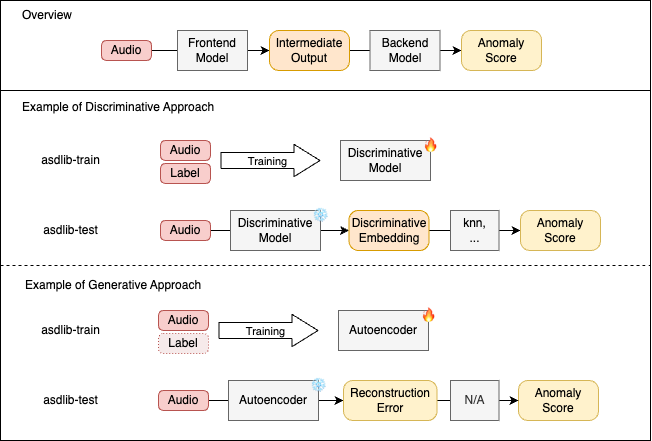
This is docs/overview.drawio.png from TakuyaFujimura/dcase-asd-toolkit, a draw.io export, as it was before one commit. Source tidied: cells renumbered, new cells last; positions are measured from the earlier drawing's top-left corner, leaving out a move shared by most shapes.
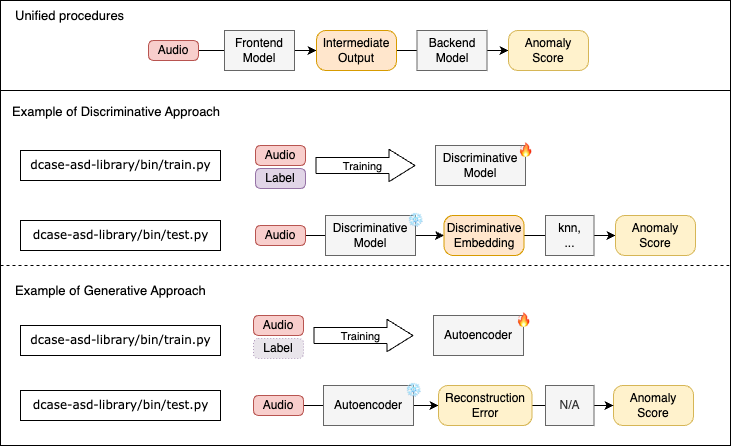
The same diagram one commit later.

What changed in the source:
```diff
@@ -3,37 +3,37 @@
     <mxCell id="0" />
     <mxCell id="1" parent="0" />
     <mxCell id="2" style="rounded=0;whiteSpace=wrap;html=1;" parent="1" vertex="1">
-      <mxGeometry y="90" width="650" height="350" as="geometry" />
+      <mxGeometry x="-95" y="80" width="730" height="360" as="geometry" />
     </mxCell>
     <mxCell id="3" style="rounded=0;whiteSpace=wrap;html=1;" parent="1" vertex="1">
-      <mxGeometry width="650" height="90" as="geometry" />
+      <mxGeometry x="-95" y="-5" width="730" height="90" as="geometry" />
     </mxCell>
     <mxCell id="4" style="edgeStyle=none;html=1;exitX=1;exitY=0.5;exitDx=0;exitDy=0;entryX=0;entryY=0.5;entryDx=0;entryDy=0;" parent="1" edge="1" source="5" target="7">
       <mxGeometry relative="1" as="geometry" />
     </mxCell>
     <mxCell id="5" value="Audio" style="rounded=1;whiteSpace=wrap;html=1;arcSize=24;fontFamily=Helvetica;fillColor=#f8cecc;strokeColor=#b85450;" parent="1" vertex="1">
-      <mxGeometry x="101" y="40" width="50" height="20" as="geometry" />
+      <mxGeometry x="53" y="35" width="50" height="20" as="geometry" />
     </mxCell>
     <mxCell id="6" style="edgeStyle=none;html=1;exitX=1;exitY=0.5;exitDx=0;exitDy=0;entryX=0;entryY=0.5;entryDx=0;entryDy=0;" parent="1" edge="1" source="7" target="8">
       <mxGeometry relative="1" as="geometry" />
     </mxCell>
     <mxCell id="7" value="&lt;font style=&quot;color: rgb(0, 0, 0);&quot;&gt;Intermediate&lt;/font&gt;&lt;div&gt;&lt;font style=&quot;color: rgb(0, 0, 0);&quot;&gt;Output&lt;/font&gt;&lt;/div&gt;" style="rounded=1;whiteSpace=wrap;html=1;arcSize=23;fontFamily=Helvetica;fillColor=#ffe6cc;strokeColor=#d79b00;" parent="1" vertex="1">
-      <mxGeometry x="269" y="30" width="80" height="40" as="geometry" />
+      <mxGeometry x="221" y="25" width="80" height="40" as="geometry" />
     </mxCell>
     <mxCell id="8" value="&lt;font style=&quot;color: rgb(0, 0, 0);&quot;&gt;Anomaly&lt;/font&gt;&lt;div&gt;&lt;font style=&quot;color: rgb(0, 0, 0);&quot;&gt;Score&lt;/font&gt;&lt;/div&gt;" style="rounded=1;whiteSpace=wrap;html=1;arcSize=23;fontFamily=Helvetica;fillColor=#fff2cc;strokeColor=#d6b656;" parent="1" vertex="1">
-      <mxGeometry x="461" y="30" width="80" height="40" as="geometry" />
+      <mxGeometry x="413" y="25" width="80" height="40" as="geometry" />
     </mxCell>
     <mxCell id="9" value="&lt;div&gt;&lt;font style=&quot;color: rgb(0, 0, 0);&quot;&gt;Frontend&lt;/font&gt;&lt;/div&gt;&lt;div&gt;&lt;font style=&quot;color: rgb(0, 0, 0);&quot;&gt;Model&lt;/font&gt;&lt;/div&gt;" style="rounded=0;whiteSpace=wrap;html=1;fontFamily=Helvetica;fontColor=#333333;fillColor=#f5f5f5;strokeColor=#666666;" parent="1" vertex="1">
-      <mxGeometry x="177" y="30" width="70" height="40" as="geometry" />
+      <mxGeometry x="129" y="25" width="70" height="40" as="geometry" />
     </mxCell>
     <mxCell id="10" value="&lt;div&gt;&lt;font style=&quot;color: rgb(0, 0, 0);&quot;&gt;Backend&lt;/font&gt;&lt;/div&gt;&lt;div&gt;&lt;font style=&quot;color: rgb(0, 0, 0);&quot;&gt;Model&lt;/font&gt;&lt;/div&gt;" style="rounded=0;whiteSpace=wrap;html=1;fontFamily=Helvetica;fontColor=#333333;fillColor=#f5f5f5;strokeColor=#666666;" parent="1" vertex="1">
-      <mxGeometry x="369.5" y="30" width="70" height="40" as="geometry" />
+      <mxGeometry x="321.5" y="25" width="70" height="40" as="geometry" />
     </mxCell>
-    <mxCell id="11" value="Overview" style="text;html=1;align=left;verticalAlign=middle;strokeColor=none;fillColor=none;" parent="1" vertex="1">
-      <mxGeometry x="20" width="70" height="30" as="geometry" />
+    <mxCell id="11" value="Unified procedures" style="text;html=1;align=left;verticalAlign=middle;strokeColor=none;fillColor=none;fontSize=13;" parent="1" vertex="1">
+      <mxGeometry x="-82" y="-5" width="130" height="30" as="geometry" />
     </mxCell>
-    <mxCell id="12" value="Example of Discriminative Approach" style="text;html=1;align=left;verticalAlign=middle;strokeColor=none;fillColor=none;fontColor=#000000;" parent="1" vertex="1">
-      <mxGeometry x="20" y="92" width="220" height="30" as="geometry" />
+    <mxCell id="12" value="Example of Discriminative Approach" style="text;html=1;align=left;verticalAlign=middle;strokeColor=none;fillColor=none;fontColor=#000000;fontSize=13;" parent="1" vertex="1">
+      <mxGeometry x="-85" y="91" width="230" height="30" as="geometry" />
     </mxCell>
     <mxCell id="13" style="edgeStyle=none;html=1;exitX=1;exitY=0.5;exitDx=0;exitDy=0;entryX=0;entryY=0.5;entryDx=0;entryDy=0;" parent="1" edge="1" source="14" target="16">
       <mxGeometry relative="1" as="geometry" />
@@ -59,7 +59,7 @@
     <mxCell id="20" value="&lt;div&gt;&lt;font style=&quot;color: rgb(0, 0, 0);&quot;&gt;Discriminative&lt;/font&gt;&lt;/div&gt;&lt;div&gt;&lt;font style=&quot;color: rgb(0, 0, 0);&quot;&gt;Model&lt;/font&gt;&lt;/div&gt;" style="rounded=0;whiteSpace=wrap;html=1;fontFamily=Helvetica;fontColor=#333333;fillColor=#f5f5f5;strokeColor=#666666;" parent="1" vertex="1">
       <mxGeometry x="340" y="140" width="90" height="40" as="geometry" />
     </mxCell>
-    <mxCell id="21" value="Label" style="rounded=1;whiteSpace=wrap;html=1;arcSize=24;fontFamily=Helvetica;fillColor=#f8cecc;strokeColor=#b85450;" parent="1" vertex="1">
+    <mxCell id="21" value="Label" style="rounded=1;whiteSpace=wrap;html=1;arcSize=24;fontFamily=Helvetica;fillColor=#e1d5e7;strokeColor=#9673a6;" parent="1" vertex="1">
       <mxGeometry x="160" y="163" width="50" height="20" as="geometry" />
     </mxCell>
     <mxCell id="22" style="shape=flexArrow;endArrow=classic;html=1;endWidth=15.331632653061225;endSize=8.357142857142858;width=16.071428571428573;" parent="1" edge="1">
@@ -80,8 +80,8 @@
     <mxCell id="26" value="❄️" style="text;html=1;align=center;verticalAlign=middle;strokeColor=none;fillColor=none;" parent="1" vertex="1">
       <mxGeometry x="300" y="200" width="40" height="30" as="geometry" />
     </mxCell>
-    <mxCell id="27" value="Example of Generative Approach" style="text;html=1;align=left;verticalAlign=middle;strokeColor=none;fillColor=none;fontColor=#000000;" parent="1" vertex="1">
-      <mxGeometry x="23" y="270" width="200" height="30" as="geometry" />
+    <mxCell id="27" value="Example of Generative Approach" style="text;html=1;align=left;verticalAlign=middle;strokeColor=none;fillColor=none;fontColor=#000000;fontSize=13;" parent="1" vertex="1">
+      <mxGeometry x="-82" y="270" width="210" height="30" as="geometry" />
     </mxCell>
     <mxCell id="28" style="edgeStyle=none;html=1;exitX=1;exitY=0.5;exitDx=0;exitDy=0;entryX=0;entryY=0.5;entryDx=0;entryDy=0;" parent="1" edge="1" source="29" target="31">
       <mxGeometry relative="1" as="geometry" />
@@ -110,7 +110,7 @@
     <mxCell id="36" value="&lt;div&gt;&lt;font color=&quot;#000000&quot;&gt;Autoencoder&lt;/font&gt;&lt;/div&gt;" style="rounded=0;whiteSpace=wrap;html=1;fontFamily=Helvetica;fontColor=#333333;fillColor=#f5f5f5;strokeColor=#666666;" parent="1" vertex="1">
       <mxGeometry x="338" y="310" width="90" height="40" as="geometry" />
     </mxCell>
-    <mxCell id="37" value="Label" style="rounded=1;whiteSpace=wrap;html=1;arcSize=24;fontFamily=Helvetica;fillColor=light-dark(#f6eaea, #512d2b);strokeColor=#b85450;dashed=1;dashPattern=1 2;" parent="1" vertex="1">
+    <mxCell id="37" value="Label" style="rounded=1;whiteSpace=wrap;html=1;arcSize=24;fontFamily=Helvetica;fillColor=light-dark(#e9e5eb, #392f3f);strokeColor=light-dark(#b39dbe, #9577a3);dashed=1;dashPattern=1 2;" parent="1" vertex="1">
       <mxGeometry x="158" y="333" width="50" height="20" as="geometry" />
     </mxCell>
     <mxCell id="38" style="shape=flexArrow;endArrow=classic;html=1;endWidth=15.331632653061225;endSize=8.357142857142858;width=16.071428571428573;" parent="1" edge="1">
@@ -134,17 +134,17 @@
     <mxCell id="43" style="endArrow=none;dashed=1;html=1;exitX=0;exitY=0.5;exitDx=0;exitDy=0;entryX=1;entryY=0.5;entryDx=0;entryDy=0;" parent="1" edge="1" source="2" target="2">
       <mxGeometry relative="1" as="geometry" />
     </mxCell>
-    <mxCell id="44" value="asdlib-train" style="text;html=1;align=center;verticalAlign=middle;strokeColor=none;fillColor=none;" parent="1" vertex="1">
-      <mxGeometry x="30" y="145" width="80" height="30" as="geometry" />
-    </mxCell>
-    <mxCell id="45" value="asdlib-test" style="text;html=1;align=center;verticalAlign=middle;strokeColor=none;fillColor=none;" parent="1" vertex="1">
-      <mxGeometry x="30" y="215" width="80" height="30" as="geometry" />
-    </mxCell>
-    <mxCell id="46" value="asdlib-train" style="text;html=1;align=center;verticalAlign=middle;strokeColor=none;fillColor=none;" parent="1" vertex="1">
-      <mxGeometry x="30" y="315" width="80" height="30" as="geometry" />
-    </mxCell>
-    <mxCell id="47" value="asdlib-test" style="text;html=1;align=center;verticalAlign=middle;strokeColor=none;fillColor=none;" parent="1" vertex="1">
-      <mxGeometry x="30" y="385" width="80" height="30" as="geometry" />
-    </mxCell>
+    <mxCell id="48" value="&lt;font face=&quot;Verdana&quot;&gt;dcase-asd-library/bin/train.py&lt;/font&gt;" style="text;html=1;align=center;verticalAlign=middle;strokeColor=default;fillColor=default;" parent="1" vertex="1">
+      <mxGeometry x="-75" y="145" width="200" height="30" as="geometry" />
+    </mxCell>
+    <mxCell id="49" value="&lt;font face=&quot;Verdana&quot;&gt;dcase-asd-library/bin/test.py&lt;/font&gt;" style="text;html=1;align=center;verticalAlign=middle;strokeColor=default;fillColor=default;" parent="1" vertex="1">
+      <mxGeometry x="-75" y="215" width="200" height="30" as="geometry" />
+    </mxCell>
+    <mxCell id="50" value="&lt;font face=&quot;Verdana&quot;&gt;dcase-asd-library/bin/train.py&lt;/font&gt;" style="text;html=1;align=center;verticalAlign=middle;strokeColor=default;fillColor=default;" parent="1" vertex="1">
+      <mxGeometry x="-75" y="320" width="200" height="30" as="geometry" />
+    </mxCell>
+    <mxCell id="51" value="&lt;font face=&quot;Verdana&quot;&gt;dcase-asd-library/bin/test.py&lt;/font&gt;" style="text;html=1;align=center;verticalAlign=middle;strokeColor=default;fillColor=default;" parent="1" vertex="1">
+      <mxGeometry x="-75" y="385" width="200" height="30" as="geometry" />
+    </mxCell>
   </root>
 </mxGraphModel>
```
